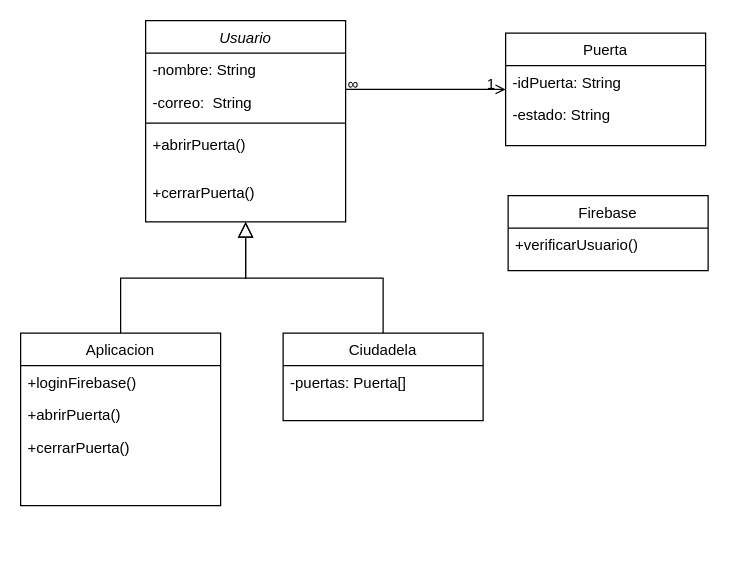
This is Diagrama de clases.drawio from KireSql/ProyectoAMST2023, a draw.io file, before an edit. Source tidied: cells renumbered, new cells numbered last; positions are measured from the earlier drawing's top-left corner, leaving out a move shared by most shapes. Both pictures are drawn from the tidied source at 125%, with x=0, y=0 at pixel (20, 20).
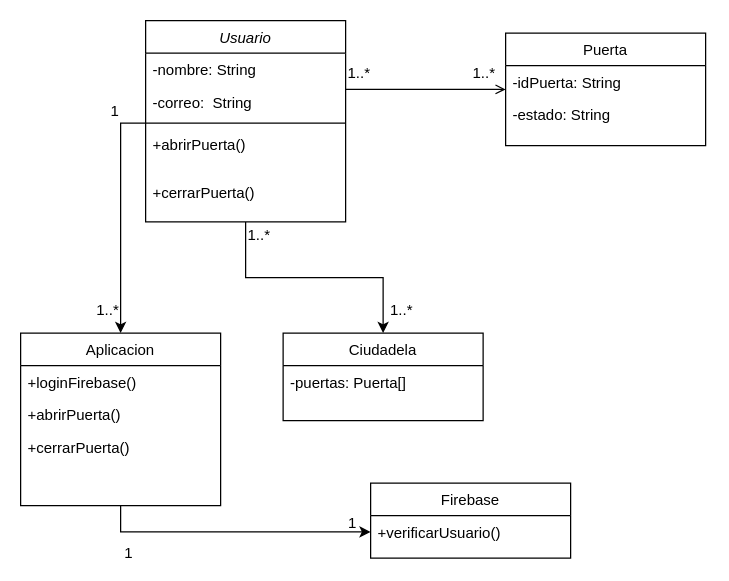
Above is the later version.

Unchanged cells that the change refers to:
```xml
<mxCell id="2" value="Usuario" style="swimlane;fontStyle=2;align=center;verticalAlign=top;horizontal=1;startSize=26;rounded=0;shadow=0;strokeWidth=1;" parent="1" vertex="1">
  <mxGeometry x="100" width="160" height="161" as="geometry" />
</mxCell>
<mxCell id="5" style="line;html=1;strokeWidth=1;align=left;verticalAlign=middle;spacingTop=-1;spacingLeft=3;spacingRight=3;labelPosition=right;points=[];portConstraint=eastwest;" parent="2" vertex="1">
  <mxGeometry y="78" width="160" height="8" as="geometry" />
</mxCell>
<mxCell id="8" value="Aplicacion" style="swimlane;fontStyle=0;align=center;verticalAlign=top;horizontal=1;startSize=26;rounded=0;shadow=0;strokeWidth=1;" parent="1" vertex="1">
  <mxGeometry y="250" width="160" height="138" as="geometry" />
</mxCell>
<mxCell id="13" value="Ciudadela" style="swimlane;fontStyle=0;align=center;verticalAlign=top;horizontal=1;startSize=26;rounded=0;shadow=0;strokeWidth=1;" parent="1" vertex="1">
  <mxGeometry x="210" y="250" width="160" height="70" as="geometry" />
</mxCell>
<mxCell id="19" style="endArrow=open;shadow=0;strokeWidth=1;rounded=0;endFill=1;edgeStyle=elbowEdgeStyle;elbow=vertical;" parent="1" edge="1" source="2" target="16">
  <mxGeometry x="0.5" y="41" relative="1" as="geometry">
    <mxPoint x="-40" y="32" as="offset" />
  </mxGeometry>
</mxCell>
<mxCell id="23" value="+verificarUsuario()" style="text;align=left;verticalAlign=top;spacingLeft=4;spacingRight=4;overflow=hidden;points=[[0,0.5],[1,0.5]];portConstraint=eastwest;" parent="22" vertex="1">
  <mxGeometry y="26" width="160" height="26" as="geometry" />
</mxCell>
```

What changed in the source:
```diff
@@
+    <mxCell id="24" style="edgeStyle=orthogonalEdgeStyle;rounded=0;jettySize=auto;html=1;entryX=0.5;entryY=0;entryDx=0;entryDy=0;" parent="1" edge="1" source="2" target="13">
+      <mxGeometry relative="1" as="geometry" />
+    </mxCell>
@@
+    <mxCell id="25" style="edgeStyle=orthogonalEdgeStyle;rounded=0;jettySize=auto;html=1;entryX=0;entryY=0.5;entryDx=0;entryDy=0;" parent="1" edge="1" source="8" target="23">
+      <mxGeometry relative="1" as="geometry" />
+    </mxCell>
@@
-    <mxCell id="12" style="endArrow=block;endSize=10;endFill=0;shadow=0;strokeWidth=1;rounded=0;edgeStyle=elbowEdgeStyle;elbow=vertical;" parent="1" edge="1" source="8" target="2">
-      <mxGeometry relative="1" as="geometry" />
-    </mxCell>
@@
-    <mxCell id="15" style="endArrow=block;endSize=10;endFill=0;shadow=0;strokeWidth=1;rounded=0;edgeStyle=elbowEdgeStyle;elbow=vertical;" parent="1" edge="1" source="13" target="2">
-      <mxGeometry relative="1" as="geometry" />
-    </mxCell>
@@
-    <mxCell id="20" value="∞" style="align=left;verticalAlign=bottom;labelBackgroundColor=none;fontSize=12;" parent="19" vertex="1">
+    <mxCell id="20" value="1..*" style="align=left;verticalAlign=bottom;labelBackgroundColor=none;fontSize=12;" parent="19" vertex="1">
       <mxGeometry x="-1" relative="1" as="geometry">
-        <mxPoint y="4" as="offset" />
+        <mxPoint y="-5" as="offset" />
       </mxGeometry>
     </mxCell>
-    <mxCell id="21" value="1" style="align=right;verticalAlign=bottom;labelBackgroundColor=none;fontSize=12;" parent="19" vertex="1">
+    <mxCell id="21" value="1..*" style="align=right;verticalAlign=bottom;labelBackgroundColor=none;fontSize=12;" parent="19" vertex="1">
       <mxGeometry x="1" relative="1" as="geometry">
-        <mxPoint x="-7" y="4" as="offset" />
+        <mxPoint x="-7" y="-5" as="offset" />
       </mxGeometry>
     </mxCell>
     <mxCell id="22" value="Firebase" style="swimlane;fontStyle=0;align=center;verticalAlign=top;horizontal=1;startSize=26;rounded=0;shadow=0;strokeWidth=1;" parent="1" vertex="1">
-      <mxGeometry x="390" y="140" width="160" height="60" as="geometry" />
+      <mxGeometry x="280" y="370" width="160" height="60" as="geometry" />
     </mxCell>
@@
+    <mxCell id="26" style="edgeStyle=orthogonalEdgeStyle;rounded=0;jettySize=auto;html=1;entryX=0.5;entryY=0;entryDx=0;entryDy=0;" parent="1" edge="1" source="5" target="8">
+      <mxGeometry relative="1" as="geometry" />
+    </mxCell>
+    <mxCell id="27" value="1..*" style="align=right;verticalAlign=bottom;labelBackgroundColor=none;fontSize=12;" parent="1" vertex="1">
+      <mxGeometry x="80" y="240" as="geometry" />
+    </mxCell>
+    <mxCell id="28" value="1" style="align=right;verticalAlign=bottom;labelBackgroundColor=none;fontSize=12;" parent="1" vertex="1">
+      <mxGeometry x="80" y="80.5" as="geometry" />
+    </mxCell>
+    <mxCell id="29" value="1..*" style="align=left;verticalAlign=bottom;labelBackgroundColor=none;fontSize=12;" parent="1" vertex="1">
+      <mxGeometry x="180" y="180" as="geometry" />
+    </mxCell>
+    <mxCell id="30" value="1..*" style="align=left;verticalAlign=bottom;labelBackgroundColor=none;fontSize=12;" parent="1" vertex="1">
+      <mxGeometry x="294" y="240" as="geometry" />
+    </mxCell>
+    <mxCell id="31" value="1" style="align=right;verticalAlign=bottom;labelBackgroundColor=none;fontSize=12;" parent="1" vertex="1">
+      <mxGeometry x="90" y="100" as="geometry">
+        <mxPoint x="1" y="334" as="offset" />
+      </mxGeometry>
+    </mxCell>
+    <mxCell id="32" value="1" style="align=right;verticalAlign=bottom;labelBackgroundColor=none;fontSize=12;" parent="1" vertex="1">
+      <mxGeometry x="270" y="410" as="geometry" />
+    </mxCell>
```
